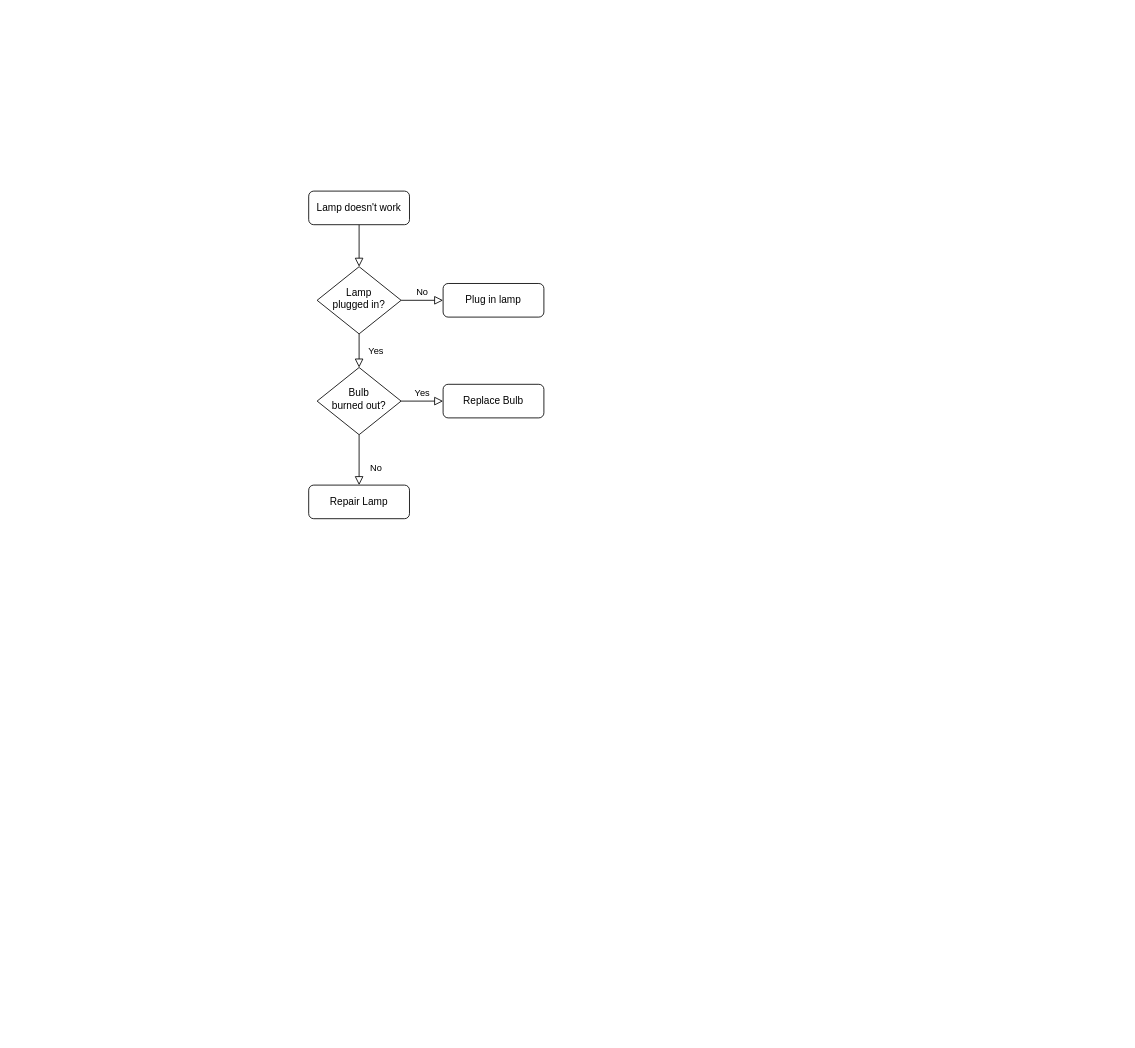
Above: PC端海外站-商家入驻.drawio in gu18888/proj_01 (draw.io), before the change. Source tidied: cells renumbered, new cells numbered last; positions are measured from the earlier drawing's top-left corner, leaving out a move shared by most shapes. Both pictures are drawn from the tidied source at 84%, with x=0, y=0 at pixel (308, 191).
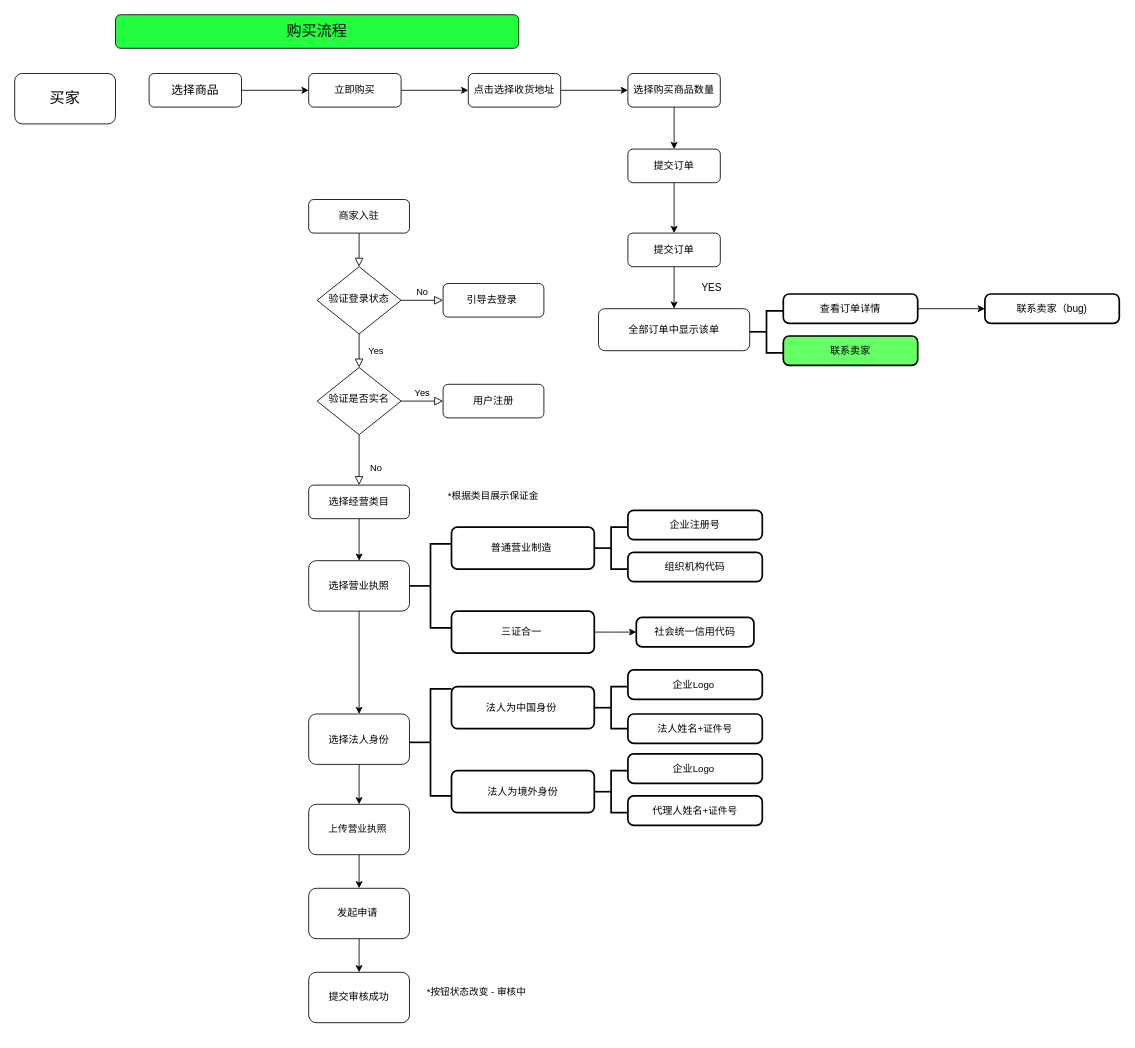
After the change.

Commit message:
更新PC端海外站-商家入驻.drawio

The edit, as a diff of the source:
```diff
@@
-    <mxCell id="3" value="Lamp doesn't work" style="rounded=1;whiteSpace=wrap;html=1;fontSize=12;glass=0;strokeWidth=1;shadow=0;" parent="1" vertex="1">
-      <mxGeometry width="120" height="40" as="geometry" />
+    <mxCell id="3" value="&lt;div&gt;商家入驻&lt;/div&gt;" style="rounded=1;whiteSpace=wrap;html=1;fontSize=12;glass=0;strokeWidth=1;shadow=0;" parent="1" vertex="1">
+      <mxGeometry y="10" width="120" height="40" as="geometry" />
     </mxCell>
@@
-    <mxCell id="6" value="Lamp&lt;br&gt;plugged in?" style="rhombus;whiteSpace=wrap;html=1;shadow=0;fontFamily=Helvetica;fontSize=12;align=center;strokeWidth=1;spacing=6;spacingTop=-4;" parent="1" vertex="1">
+    <mxCell id="6" value="&lt;div&gt;验证登录状态&lt;/div&gt;" style="rhombus;whiteSpace=wrap;html=1;shadow=0;fontFamily=Helvetica;fontSize=12;align=center;strokeWidth=1;spacing=6;spacingTop=-4;" parent="1" vertex="1">
       <mxGeometry x="10" y="90" width="100" height="80" as="geometry" />
     </mxCell>
-    <mxCell id="7" value="Plug in lamp" style="rounded=1;whiteSpace=wrap;html=1;fontSize=12;glass=0;strokeWidth=1;shadow=0;" parent="1" vertex="1">
+    <mxCell id="7" value="&lt;div&gt;引导去登录&amp;nbsp;&lt;/div&gt;" style="rounded=1;whiteSpace=wrap;html=1;fontSize=12;glass=0;strokeWidth=1;shadow=0;" parent="1" vertex="1">
       <mxGeometry x="160" y="110" width="120" height="40" as="geometry" />
     </mxCell>
@@
-    <mxCell id="10" value="Bulb&lt;br&gt;burned out?" style="rhombus;whiteSpace=wrap;html=1;shadow=0;fontFamily=Helvetica;fontSize=12;align=center;strokeWidth=1;spacing=6;spacingTop=-4;" parent="1" vertex="1">
+    <mxCell id="10" value="&lt;div&gt;验证是否实名&lt;/div&gt;" style="rhombus;whiteSpace=wrap;html=1;shadow=0;fontFamily=Helvetica;fontSize=12;align=center;strokeWidth=1;spacing=6;spacingTop=-4;" parent="1" vertex="1">
       <mxGeometry x="10" y="210" width="100" height="80" as="geometry" />
     </mxCell>
+    <mxCell id="13" style="edgeStyle=orthogonalEdgeStyle;rounded=0;jettySize=auto;html=1;" parent="1" edge="1" source="11" target="17">
+      <mxGeometry relative="1" as="geometry" />
+    </mxCell>
-    <mxCell id="11" value="Repair Lamp" style="rounded=1;whiteSpace=wrap;html=1;fontSize=12;glass=0;strokeWidth=1;shadow=0;" parent="1" vertex="1">
+    <mxCell id="11" value="&lt;div&gt;选择经营类目&lt;/div&gt;" style="rounded=1;whiteSpace=wrap;html=1;fontSize=12;glass=0;strokeWidth=1;shadow=0;" parent="1" vertex="1">
       <mxGeometry y="350" width="120" height="40" as="geometry" />
     </mxCell>
-    <mxCell id="12" value="Replace Bulb" style="rounded=1;whiteSpace=wrap;html=1;fontSize=12;glass=0;strokeWidth=1;shadow=0;" parent="1" vertex="1">
+    <mxCell id="12" value="&lt;div&gt;用户注册&lt;/div&gt;" style="rounded=1;whiteSpace=wrap;html=1;fontSize=12;glass=0;strokeWidth=1;shadow=0;" parent="1" vertex="1">
       <mxGeometry x="160" y="230" width="120" height="40" as="geometry" />
     </mxCell>
+    <mxCell id="14" value="&lt;span style=&quot;font-size: 18px;&quot;&gt;购买流程&lt;/span&gt;" style="rounded=1;whiteSpace=wrap;html=1;fontSize=12;glass=0;strokeWidth=1;shadow=0;fillColor=#21FF3F;" parent="1" vertex="1">
+      <mxGeometry x="-230" y="-210" width="480" height="40" as="geometry" />
+    </mxCell>
+    <mxCell id="15" value="&#10;&#10;&lt;div&gt;&lt;span style=&quot;mso-spacerun:'yes';font-size:8.63768pt;font-family:Arial;color:rgb(0,0,0);&quot;&gt;*&lt;/span&gt;&lt;span style=&quot;mso-spacerun:'yes';font-size:8.63768pt;font-family:微软雅黑;color:rgb(0,0,0);&quot;&gt;根据类目展示保证金&#10;&lt;/span&gt;&lt;/div&gt;&#10;&#10;&#10;" style="text;html=1;strokeColor=none;fillColor=none;align=center;verticalAlign=middle;whiteSpace=wrap;rounded=0;" parent="1" vertex="1">
+      <mxGeometry x="130" y="355" width="180" height="30" as="geometry" />
+    </mxCell>
+    <mxCell id="16" style="edgeStyle=orthogonalEdgeStyle;rounded=0;jettySize=auto;html=1;" parent="1" edge="1" source="17" target="27">
+      <mxGeometry relative="1" as="geometry" />
+    </mxCell>
+    <mxCell id="17" value="&lt;div&gt;选择营业执照&lt;/div&gt;" style="whiteSpace=wrap;html=1;rounded=1;glass=0;strokeWidth=1;shadow=0;" parent="1" vertex="1">
+      <mxGeometry y="440" width="120" height="60" as="geometry" />
+    </mxCell>
+    <mxCell id="18" style="strokeWidth=2;html=1;shape=mxgraph.flowchart.annotation_2;align=left;labelPosition=right;" parent="1" vertex="1">
+      <mxGeometry x="120" y="420" width="50" height="100" as="geometry" />
+    </mxCell>
+    <mxCell id="19" value="&lt;div&gt;普通营业制造&amp;nbsp;&lt;/div&gt;" style="rounded=1;whiteSpace=wrap;html=1;absoluteArcSize=1;arcSize=14;strokeWidth=2;" parent="1" vertex="1">
+      <mxGeometry x="170" y="400" width="170" height="50" as="geometry" />
+    </mxCell>
+    <mxCell id="20" style="edgeStyle=orthogonalEdgeStyle;rounded=0;jettySize=auto;html=1;" parent="1" edge="1" source="21">
+      <mxGeometry relative="1" as="geometry">
+        <mxPoint x="390" y="525" as="targetPoint" />
+      </mxGeometry>
+    </mxCell>
+    <mxCell id="21" value="&lt;div&gt;三证合一&amp;nbsp;&lt;/div&gt;" style="rounded=1;whiteSpace=wrap;html=1;absoluteArcSize=1;arcSize=14;strokeWidth=2;" parent="1" vertex="1">
+      <mxGeometry x="170" y="500" width="170" height="50" as="geometry" />
+    </mxCell>
+    <mxCell id="22" style="strokeWidth=2;html=1;shape=mxgraph.flowchart.annotation_2;align=left;labelPosition=right;" parent="1" vertex="1">
+      <mxGeometry x="340" y="400" width="40" height="50" as="geometry" />
+    </mxCell>
+    <mxCell id="23" value="&lt;div&gt;企业注册号&lt;/div&gt;" style="rounded=1;whiteSpace=wrap;html=1;absoluteArcSize=1;arcSize=14;strokeWidth=2;" parent="1" vertex="1">
+      <mxGeometry x="380" y="380" width="160" height="35" as="geometry" />
+    </mxCell>
+    <mxCell id="24" value="&lt;div&gt;组织机构代码&lt;/div&gt;" style="rounded=1;whiteSpace=wrap;html=1;absoluteArcSize=1;arcSize=14;strokeWidth=2;" parent="1" vertex="1">
+      <mxGeometry x="380" y="430" width="160" height="35" as="geometry" />
+    </mxCell>
+    <mxCell id="25" value="&lt;div&gt;社会统一信用代码&lt;/div&gt;" style="rounded=1;whiteSpace=wrap;html=1;absoluteArcSize=1;arcSize=14;strokeWidth=2;" parent="1" vertex="1">
+      <mxGeometry x="390" y="507.5" width="140" height="35" as="geometry" />
+    </mxCell>
+    <mxCell id="26" style="edgeStyle=orthogonalEdgeStyle;rounded=0;jettySize=auto;html=1;" parent="1" edge="1" source="27" target="38">
+      <mxGeometry relative="1" as="geometry" />
+    </mxCell>
+    <mxCell id="27" value="&lt;div&gt;选择法人身份&lt;/div&gt;" style="whiteSpace=wrap;html=1;rounded=1;glass=0;strokeWidth=1;shadow=0;" parent="1" vertex="1">
+      <mxGeometry y="622.5" width="120" height="60" as="geometry" />
+    </mxCell>
+    <mxCell id="28" style="strokeWidth=2;html=1;shape=mxgraph.flowchart.annotation_2;align=left;labelPosition=right;" parent="1" vertex="1">
+      <mxGeometry x="120" y="592.5" width="50" height="127.5" as="geometry" />
+    </mxCell>
+    <mxCell id="29" value="&lt;div&gt;法人为中国身份&amp;nbsp;&lt;/div&gt;" style="rounded=1;whiteSpace=wrap;html=1;absoluteArcSize=1;arcSize=14;strokeWidth=2;" parent="1" vertex="1">
+      <mxGeometry x="170" y="590" width="170" height="50" as="geometry" />
+    </mxCell>
+    <mxCell id="30" value="&lt;div&gt;法人为境外身份&lt;/div&gt;" style="rounded=1;whiteSpace=wrap;html=1;absoluteArcSize=1;arcSize=14;strokeWidth=2;" parent="1" vertex="1">
+      <mxGeometry x="170" y="690" width="170" height="50" as="geometry" />
+    </mxCell>
+    <mxCell id="31" style="strokeWidth=2;html=1;shape=mxgraph.flowchart.annotation_2;align=left;labelPosition=right;" parent="1" vertex="1">
+      <mxGeometry x="340" y="590" width="40" height="50" as="geometry" />
+    </mxCell>
+    <mxCell id="32" value="&lt;div&gt;企业&lt;span style=&quot;font-size: 8.63768pt; font-family: Arial;&quot;&gt;Logo&amp;nbsp;&lt;/span&gt;&lt;/div&gt;" style="rounded=1;whiteSpace=wrap;html=1;absoluteArcSize=1;arcSize=14;strokeWidth=2;" parent="1" vertex="1">
+      <mxGeometry x="380" y="570" width="160" height="35" as="geometry" />
+    </mxCell>
+    <mxCell id="33" value="&lt;div&gt;法人姓名&lt;span style=&quot;font-size: 8.63768pt; font-family: Arial;&quot;&gt;+&lt;/span&gt;&lt;span style=&quot;font-size: 8.63768pt; font-family: 微软雅黑;&quot;&gt;证件号&lt;/span&gt;&lt;/div&gt;" style="rounded=1;whiteSpace=wrap;html=1;absoluteArcSize=1;arcSize=14;strokeWidth=2;" parent="1" vertex="1">
+      <mxGeometry x="380" y="622.5" width="160" height="35" as="geometry" />
+    </mxCell>
+    <mxCell id="34" style="strokeWidth=2;html=1;shape=mxgraph.flowchart.annotation_2;align=left;labelPosition=right;" parent="1" vertex="1">
+      <mxGeometry x="340" y="690" width="40" height="50" as="geometry" />
+    </mxCell>
+    <mxCell id="35" value="&lt;div&gt;企业&lt;span style=&quot;font-size: 8.63768pt; font-family: Arial;&quot;&gt;Logo&amp;nbsp;&lt;/span&gt;&lt;/div&gt;" style="rounded=1;whiteSpace=wrap;html=1;absoluteArcSize=1;arcSize=14;strokeWidth=2;" parent="1" vertex="1">
+      <mxGeometry x="380" y="670" width="160" height="35" as="geometry" />
+    </mxCell>
+    <mxCell id="36" value="&lt;div&gt;代理人姓名&lt;span style=&quot;font-size: 8.63768pt; font-family: Arial;&quot;&gt;+&lt;/span&gt;&lt;span style=&quot;font-size: 8.63768pt; font-family: 微软雅黑;&quot;&gt;证件号&lt;/span&gt;&lt;/div&gt;" style="rounded=1;whiteSpace=wrap;html=1;absoluteArcSize=1;arcSize=14;strokeWidth=2;" parent="1" vertex="1">
+      <mxGeometry x="380" y="720" width="160" height="35" as="geometry" />
+    </mxCell>
+    <mxCell id="37" style="edgeStyle=orthogonalEdgeStyle;rounded=0;jettySize=auto;html=1;" parent="1" edge="1" source="38" target="40">
+      <mxGeometry relative="1" as="geometry" />
+    </mxCell>
+    <mxCell id="38" value="&lt;div&gt;&lt;span style=&quot;font-family: 微软雅黑; font-size: 8.63768pt; background-color: initial;&quot;&gt;上传营业执照&amp;nbsp;&lt;/span&gt;&lt;br&gt;&lt;/div&gt;" style="whiteSpace=wrap;html=1;rounded=1;glass=0;strokeWidth=1;shadow=0;" parent="1" vertex="1">
+      <mxGeometry y="730" width="120" height="60" as="geometry" />
+    </mxCell>
+    <mxCell id="39" style="edgeStyle=orthogonalEdgeStyle;rounded=0;jettySize=auto;html=1;" parent="1" edge="1" source="40" target="41">
+      <mxGeometry relative="1" as="geometry" />
+    </mxCell>
+    <mxCell id="40" value="&lt;div&gt;&lt;div&gt;发起申请&amp;nbsp;&lt;/div&gt;&lt;/div&gt;" style="whiteSpace=wrap;html=1;rounded=1;glass=0;strokeWidth=1;shadow=0;" parent="1" vertex="1">
+      <mxGeometry y="830" width="120" height="60" as="geometry" />
+    </mxCell>
+    <mxCell id="41" value="&lt;div&gt;提交审核成功&lt;/div&gt;" style="whiteSpace=wrap;html=1;rounded=1;glass=0;strokeWidth=1;shadow=0;" parent="1" vertex="1">
+      <mxGeometry y="930" width="120" height="60" as="geometry" />
+    </mxCell>
+    <mxCell id="42" value="&#10;&#10;&lt;div&gt;&lt;span style=&quot;mso-spacerun:'yes';font-size:8.63768pt;font-family:Arial;color:rgb(0,0,0);&quot;&gt;*&lt;/span&gt;&lt;span style=&quot;mso-spacerun:'yes';font-size:8.63768pt;font-family:微软雅黑;color:rgb(0,0,0);&quot;&gt;按钮状态改变&lt;/span&gt;&lt;span style=&quot;mso-spacerun:'yes';font-size:8.63768pt;font-family:Arial;color:rgb(0,0,0);&quot;&gt; - &lt;/span&gt;&lt;span style=&quot;mso-spacerun:'yes';font-size:8.63768pt;font-family:微软雅黑;color:rgb(0,0,0);&quot;&gt;审核中&lt;/span&gt;&lt;/div&gt;&#10;&#10;&#10;" style="text;html=1;strokeColor=none;fillColor=none;align=center;verticalAlign=middle;whiteSpace=wrap;rounded=0;" parent="1" vertex="1">
+      <mxGeometry x="130" y="945" width="140" height="30" as="geometry" />
+    </mxCell>
+    <mxCell id="43" value="&lt;font style=&quot;font-size: 18px;&quot;&gt;买家&lt;/font&gt;" style="rounded=1;whiteSpace=wrap;html=1;" parent="1" vertex="1">
+      <mxGeometry x="-350" y="-140" width="120" height="60" as="geometry" />
+    </mxCell>
+    <mxCell id="44" style="edgeStyle=orthogonalEdgeStyle;rounded=0;jettySize=auto;html=1;" parent="1" edge="1" source="45" target="47">
+      <mxGeometry relative="1" as="geometry" />
+    </mxCell>
+    <mxCell id="45" value="&lt;font style=&quot;font-size: 14px;&quot;&gt;选择商品&lt;/font&gt;" style="rounded=1;whiteSpace=wrap;html=1;" parent="1" vertex="1">
+      <mxGeometry x="-190" y="-140" width="110" height="40" as="geometry" />
+    </mxCell>
+    <mxCell id="46" style="edgeStyle=orthogonalEdgeStyle;rounded=0;jettySize=auto;html=1;" parent="1" edge="1" source="47" target="49">
+      <mxGeometry relative="1" as="geometry" />
+    </mxCell>
+    <mxCell id="47" value="&lt;div&gt;立即购买&lt;/div&gt;" style="rounded=1;whiteSpace=wrap;html=1;" parent="1" vertex="1">
+      <mxGeometry y="-140" width="110" height="40" as="geometry" />
+    </mxCell>
+    <mxCell id="48" style="edgeStyle=orthogonalEdgeStyle;rounded=0;jettySize=auto;html=1;" parent="1" edge="1" source="49" target="51">
+      <mxGeometry relative="1" as="geometry" />
+    </mxCell>
+    <mxCell id="49" value="&lt;div&gt;点击选择收货地址&lt;/div&gt;" style="rounded=1;whiteSpace=wrap;html=1;" parent="1" vertex="1">
+      <mxGeometry x="190" y="-140" width="110" height="40" as="geometry" />
+    </mxCell>
+    <mxCell id="50" style="edgeStyle=orthogonalEdgeStyle;rounded=0;jettySize=auto;html=1;" parent="1" edge="1" source="51" target="53">
+      <mxGeometry relative="1" as="geometry" />
+    </mxCell>
+    <mxCell id="51" value="&lt;div&gt;选择购买商品数量&lt;/div&gt;" style="rounded=1;whiteSpace=wrap;html=1;" parent="1" vertex="1">
+      <mxGeometry x="380" y="-140" width="110" height="40" as="geometry" />
+    </mxCell>
+    <mxCell id="52" style="edgeStyle=orthogonalEdgeStyle;rounded=0;jettySize=auto;html=1;" parent="1" edge="1" source="53" target="55">
+      <mxGeometry relative="1" as="geometry" />
+    </mxCell>
+    <mxCell id="53" value="提交订单" style="rounded=1;whiteSpace=wrap;html=1;" parent="1" vertex="1">
+      <mxGeometry x="380" y="-50" width="110" height="40" as="geometry" />
+    </mxCell>
+    <mxCell id="54" style="edgeStyle=orthogonalEdgeStyle;rounded=0;jettySize=auto;html=1;" parent="1" edge="1" source="55" target="56">
+      <mxGeometry relative="1" as="geometry" />
+    </mxCell>
+    <mxCell id="55" value="提交订单" style="rounded=1;whiteSpace=wrap;html=1;" parent="1" vertex="1">
+      <mxGeometry x="380" y="50" width="110" height="40" as="geometry" />
+    </mxCell>
+    <mxCell id="56" value="全部订单中显示该单" style="rounded=1;whiteSpace=wrap;html=1;" parent="1" vertex="1">
+      <mxGeometry x="345" y="140" width="180" height="50" as="geometry" />
+    </mxCell>
+    <mxCell id="57" value="YES" style="text;html=1;strokeColor=none;fillColor=none;align=center;verticalAlign=middle;whiteSpace=wrap;rounded=0;" parent="1" vertex="1">
+      <mxGeometry x="450" y="100" width="60" height="30" as="geometry" />
+    </mxCell>
+    <mxCell id="58" style="strokeWidth=2;html=1;shape=mxgraph.flowchart.annotation_2;align=left;labelPosition=right;" parent="1" vertex="1">
+      <mxGeometry x="525" y="142.5" width="40" height="50" as="geometry" />
+    </mxCell>
+    <mxCell id="59" style="edgeStyle=orthogonalEdgeStyle;rounded=0;jettySize=auto;html=1;" parent="1" edge="1" source="60" target="62">
+      <mxGeometry relative="1" as="geometry" />
+    </mxCell>
+    <mxCell id="60" value="&lt;div&gt;查看订单详情&lt;/div&gt;" style="rounded=1;whiteSpace=wrap;html=1;absoluteArcSize=1;arcSize=14;strokeWidth=2;" parent="1" vertex="1">
+      <mxGeometry x="565" y="122.5" width="160" height="35" as="geometry" />
+    </mxCell>
+    <mxCell id="61" value="&lt;div&gt;联系卖家&lt;/div&gt;" style="rounded=1;whiteSpace=wrap;html=1;absoluteArcSize=1;arcSize=14;strokeWidth=2;fillColor=#66FF66;" parent="1" vertex="1">
+      <mxGeometry x="565" y="172.5" width="160" height="35" as="geometry" />
+    </mxCell>
+    <mxCell id="62" value="&lt;div&gt;联系卖家（bug)&lt;/div&gt;" style="rounded=1;whiteSpace=wrap;html=1;absoluteArcSize=1;arcSize=14;strokeWidth=2;" parent="1" vertex="1">
+      <mxGeometry x="805" y="122.5" width="160" height="35" as="geometry" />
+    </mxCell>
```
